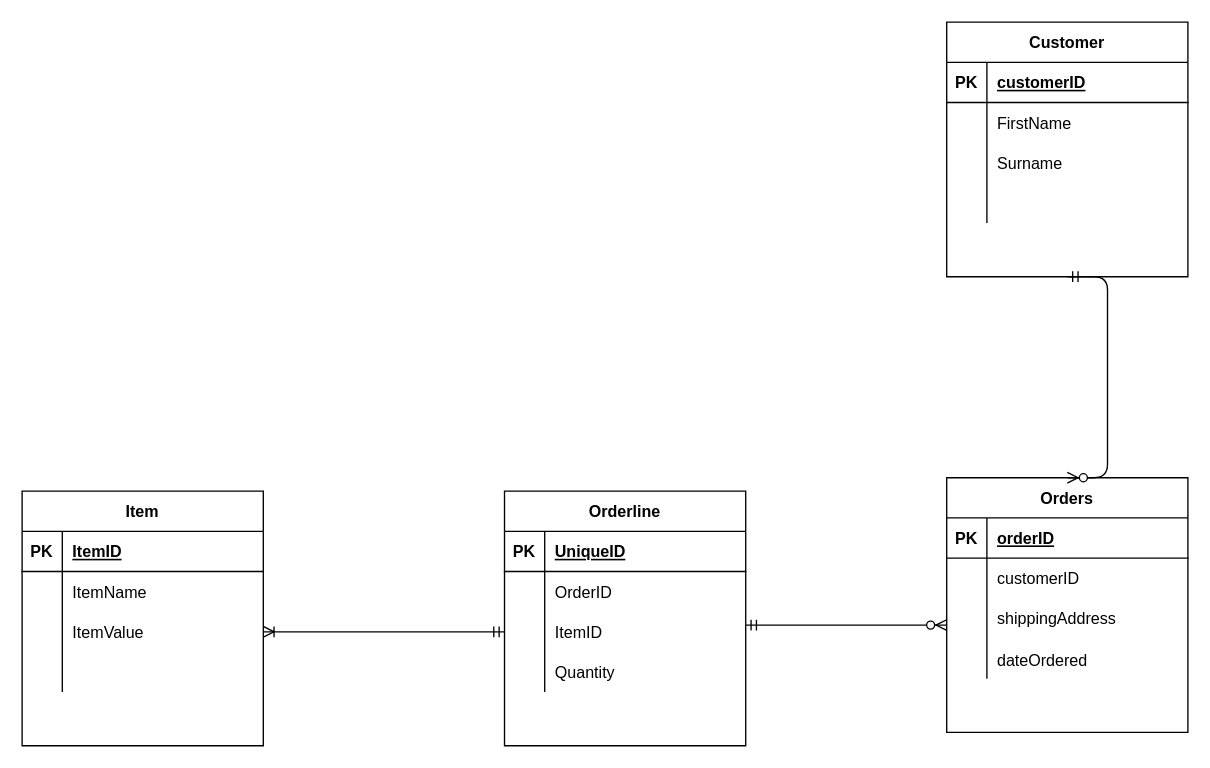
Above: ERD/Rob IMS ERD.drawio in RobertTolleyQA/ims-demo (draw.io), before the change. Source tidied: cells renumbered, new cells numbered last; positions are measured from the earlier drawing's top-left corner, leaving out a move shared by most shapes. Both pictures are drawn from the tidied source at 134%, with x=0, y=0 at pixel (21, 21).
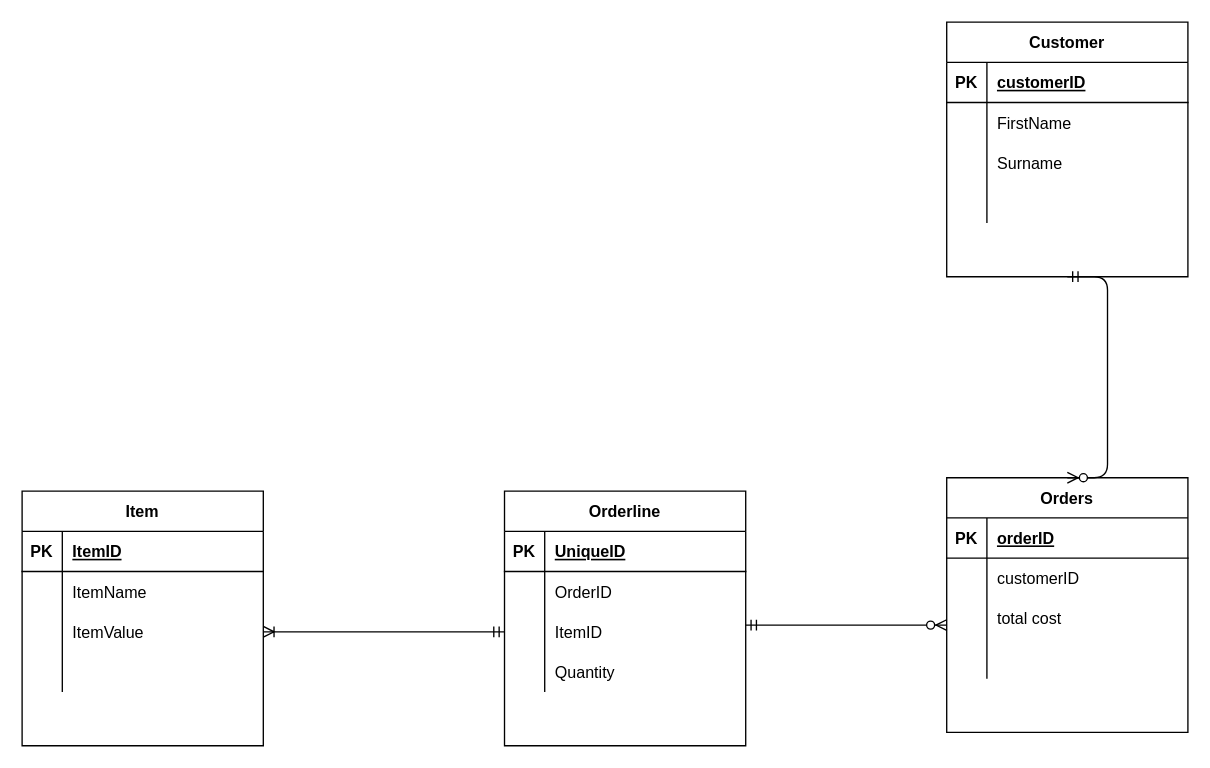
After the change.

Unchanged cells that the change refers to:
```xml
<mxCell id="15" style="group;" parent="1" vertex="1">
  <mxGeometry x="690" y="340" width="180" height="190" as="geometry" />
</mxCell>
<mxCell id="23" style="shape=partialRectangle;fillColor=none;top=0;left=0;bottom=0;right=0;" parent="16" vertex="1">
  <mxGeometry y="90" width="180" height="30" as="geometry" />
</mxCell>
```

What changed in the source:
```diff
@@
-    <mxCell id="25" value="shippingAddress" style="shape=partialRectangle;fillColor=none;top=0;left=0;bottom=0;right=0;align=left;spacingLeft=6;overflow=hidden;" parent="23" vertex="1">
+    <mxCell id="25" value="total cost" style="shape=partialRectangle;fillColor=none;top=0;left=0;bottom=0;right=0;align=left;spacingLeft=6;overflow=hidden;" parent="23" vertex="1">
       <mxGeometry x="30" width="150" height="30" as="geometry" />
     </mxCell>
@@
-    <mxCell id="29" value="dateOrdered" style="shape=partialRectangle;fillColor=none;top=0;left=0;bottom=0;right=0;align=left;spacingLeft=6;overflow=hidden;" parent="15" vertex="1">
+    <mxCell id="29" style="shape=partialRectangle;fillColor=none;top=0;left=0;bottom=0;right=0;align=left;spacingLeft=6;overflow=hidden;" parent="15" vertex="1">
       <mxGeometry x="30" y="121" width="150" height="30" as="geometry" />
     </mxCell>
```
